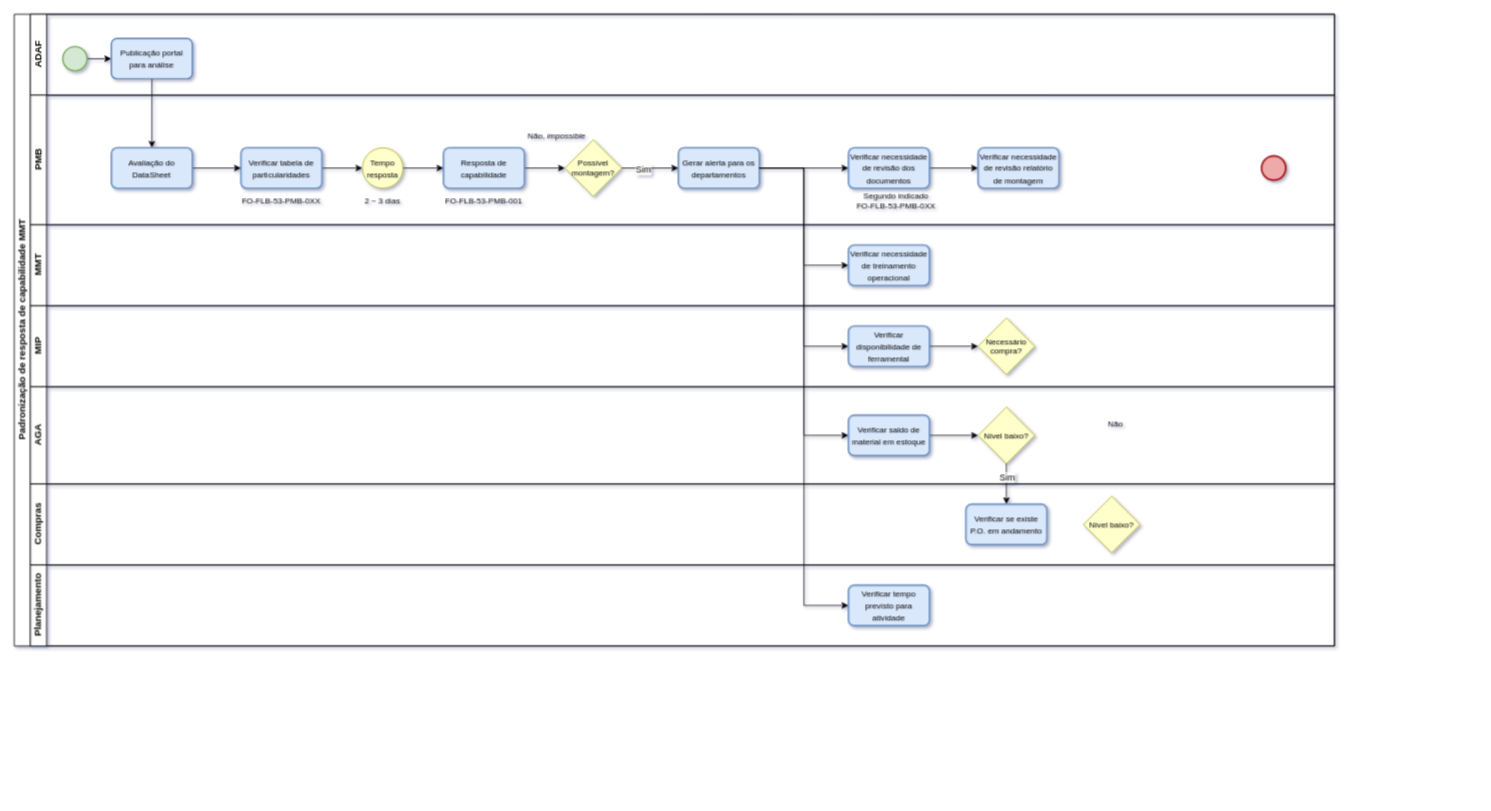
Before: Untitled Diagram.drawio in Willian-BC/Draw, a draw.io diagram. Source tidied: cells renumbered, new cells numbered last; positions are measured from the earlier drawing's top-left corner, leaving out a move shared by most shapes. Both pictures are drawn from the tidied source at 81%, with x=0, y=0 at pixel (14, 14).
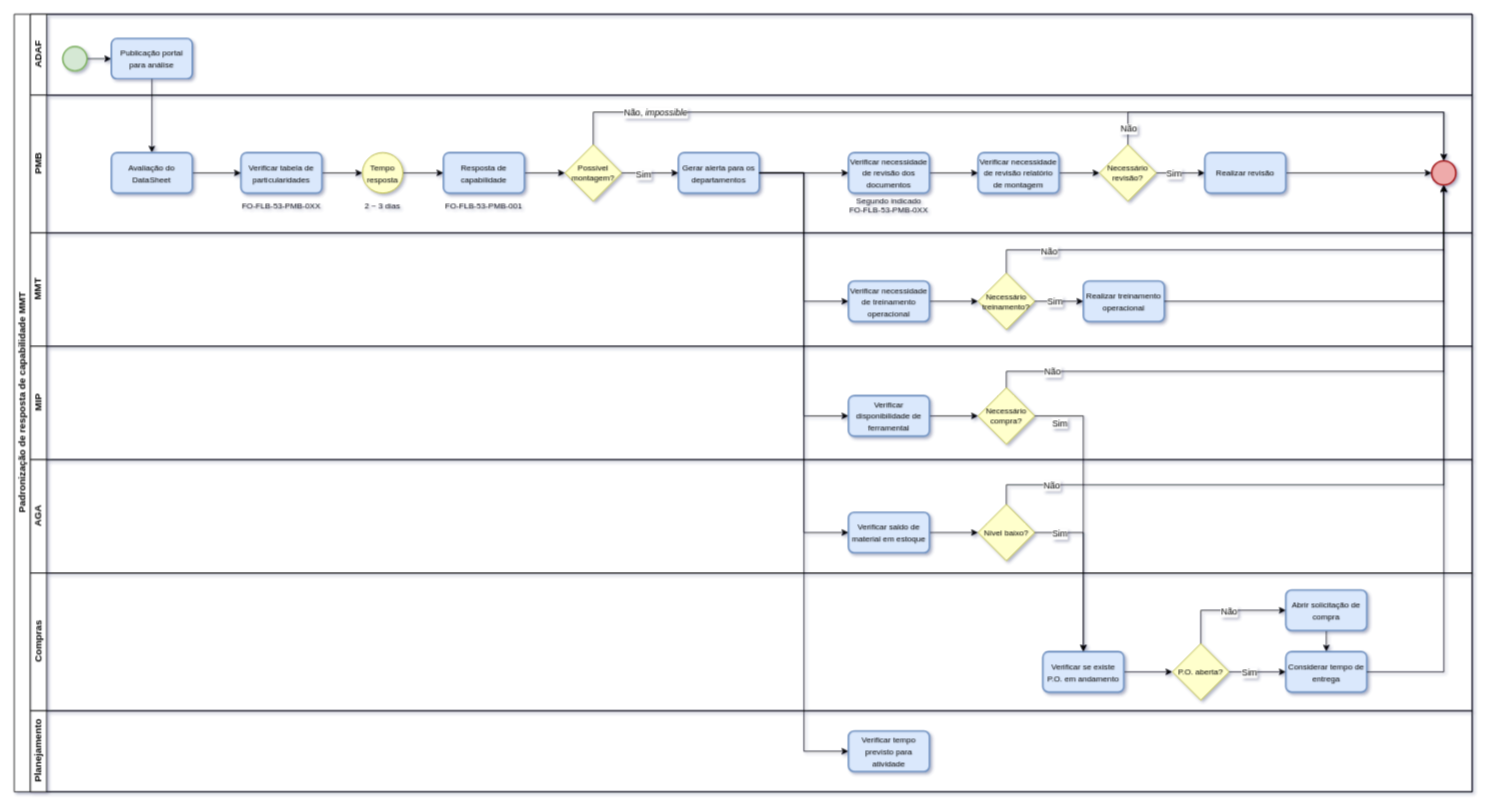
The same diagram, later.

What changed in the source:
```diff
@@
     <mxCell id="2" value="&lt;font style=&quot;font-size: 12px;&quot;&gt;Padronização de resposta de capabilidade MMT&lt;/font&gt;" style="swimlane;horizontal=0;startSize=20;html=1;rounded=0;fontSize=10;" parent="1" vertex="1">
-      <mxGeometry width="1630" height="780" as="geometry" />
+      <mxGeometry width="1800" height="960" as="geometry" />
     </mxCell>
     <mxCell id="3" value="ADAF" style="swimlane;startSize=20;horizontal=0;html=1;rounded=0;" parent="2" vertex="1">
-      <mxGeometry x="20" width="1610" height="100" as="geometry" />
+      <mxGeometry x="20" width="1780" height="100" as="geometry" />
     </mxCell>
@@
     <mxCell id="8" value="PMB" style="swimlane;startSize=20;horizontal=0;html=1;rounded=0;" parent="2" vertex="1">
-      <mxGeometry x="20" y="100" width="1610" height="160" as="geometry" />
+      <mxGeometry x="20" y="100" width="1780" height="170" as="geometry" />
     </mxCell>
@@
+    <mxCell id="53" style="edgeStyle=orthogonalEdgeStyle;rounded=0;jettySize=auto;html=1;exitX=0.5;exitY=0;exitDx=0;exitDy=0;entryX=0.5;entryY=0;entryDx=0;entryDy=0;entryPerimeter=0;fontFamily=Helvetica;fontSize=11;fontColor=#000000;" parent="8" edge="1" source="10" target="11">
+      <mxGeometry relative="1" as="geometry">
+        <Array as="points">
+          <mxPoint x="695" y="21" />
+          <mxPoint x="1745" y="21" />
+        </Array>
+      </mxGeometry>
+    </mxCell>
+    <mxCell id="12" value="Não, &lt;i&gt;impossible&lt;/i&gt;" style="edgeLabel;html=1;align=center;verticalAlign=middle;fontSize=11;fontFamily=Helvetica;fontColor=#000000;" parent="53" vertex="1">
+      <mxGeometry x="-0.75" relative="1" as="geometry">
+        <mxPoint x="-28" as="offset" />
+      </mxGeometry>
+    </mxCell>
     <mxCell id="10" value="Possível montagem?" style="rhombus;whiteSpace=wrap;html=1;strokeColor=#a6a61d;fontSize=10;fillColor=#ffffcc;" parent="8" vertex="1">
-      <mxGeometry x="660" y="55" width="70" height="70" as="geometry" />
+      <mxGeometry x="660" y="61" width="70" height="70" as="geometry" />
     </mxCell>
     <mxCell id="11" style="strokeWidth=2;html=1;shape=mxgraph.flowchart.start_2;whiteSpace=wrap;fillColor=#eeaaaa;strokeColor=#9f0d0d;" parent="8" vertex="1">
-      <mxGeometry x="1520" y="75" width="30" height="30" as="geometry" />
+      <mxGeometry x="1730" y="81" width="30" height="30" as="geometry" />
     </mxCell>
-    <mxCell id="12" value="Não, &lt;i&gt;impossible&lt;/i&gt;" style="text;html=1;strokeColor=none;fillColor=none;align=center;verticalAlign=middle;whiteSpace=wrap;rounded=0;fontSize=10;" parent="8" vertex="1">
-      <mxGeometry x="610" y="35" width="80" height="30" as="geometry" />
-    </mxCell>
@@
     <mxCell id="14" value="&lt;font style=&quot;font-size: 10px;&quot;&gt;Verificar tabela de particularidades&lt;/font&gt;" style="rounded=1;whiteSpace=wrap;html=1;absoluteArcSize=1;arcSize=14;strokeWidth=2;fillColor=#dae8fc;strokeColor=#6c8ebf;" parent="8" vertex="1">
-      <mxGeometry x="260" y="65" width="100" height="50" as="geometry" />
+      <mxGeometry x="260" y="71" width="100" height="50" as="geometry" />
     </mxCell>
@@
     <mxCell id="16" value="&lt;span style=&quot;font-size: 10px;&quot;&gt;Avaliação do DataSheet&lt;/span&gt;" style="rounded=1;whiteSpace=wrap;html=1;absoluteArcSize=1;arcSize=14;strokeWidth=2;fillColor=#dae8fc;strokeColor=#6c8ebf;" parent="8" vertex="1">
-      <mxGeometry x="100" y="65" width="100" height="50" as="geometry" />
+      <mxGeometry x="100" y="71" width="100" height="50" as="geometry" />
     </mxCell>
@@
     <mxCell id="18" value="&lt;font style=&quot;font-size: 10px;&quot;&gt;Tempo resposta&lt;/font&gt;" style="ellipse;whiteSpace=wrap;html=1;fillColor=#ffffcc;strokeColor=#a6a61d;" parent="8" vertex="1">
-      <mxGeometry x="410" y="65" width="50" height="50" as="geometry" />
+      <mxGeometry x="410" y="71" width="50" height="50" as="geometry" />
     </mxCell>
@@
     <mxCell id="20" value="&lt;font style=&quot;font-size: 10px;&quot;&gt;Resposta de capabilidade&lt;/font&gt;" style="rounded=1;whiteSpace=wrap;html=1;absoluteArcSize=1;arcSize=14;strokeWidth=2;fillColor=#dae8fc;strokeColor=#6c8ebf;" parent="8" vertex="1">
-      <mxGeometry x="510" y="65" width="100" height="50" as="geometry" />
+      <mxGeometry x="510" y="71" width="100" height="50" as="geometry" />
     </mxCell>
     <mxCell id="21" value="FO-FLB-53-PMB-0XX" style="text;html=1;strokeColor=none;fillColor=none;align=center;verticalAlign=middle;whiteSpace=wrap;rounded=0;fontSize=10;" parent="8" vertex="1">
-      <mxGeometry x="260" y="115" width="100" height="30" as="geometry" />
+      <mxGeometry x="260" y="121" width="100" height="30" as="geometry" />
     </mxCell>
     <mxCell id="22" value="2 ~ 3 dias" style="text;html=1;strokeColor=none;fillColor=none;align=center;verticalAlign=middle;whiteSpace=wrap;rounded=0;fontSize=10;" parent="8" vertex="1">
-      <mxGeometry x="405" y="115" width="60" height="30" as="geometry" />
+      <mxGeometry x="405" y="121" width="60" height="30" as="geometry" />
     </mxCell>
     <mxCell id="23" value="FO-FLB-53-PMB-001" style="text;html=1;strokeColor=none;fillColor=none;align=center;verticalAlign=middle;whiteSpace=wrap;rounded=0;fontSize=10;" parent="8" vertex="1">
-      <mxGeometry x="510" y="115" width="100" height="30" as="geometry" />
+      <mxGeometry x="510" y="121" width="100" height="30" as="geometry" />
     </mxCell>
     <mxCell id="24" value="Segundo indicado FO-FLB-53-PMB-0XX" style="text;html=1;strokeColor=none;fillColor=none;align=center;verticalAlign=middle;whiteSpace=wrap;rounded=0;fontSize=10;" parent="8" vertex="1">
-      <mxGeometry x="1019" y="115" width="100" height="30" as="geometry" />
+      <mxGeometry x="1010" y="121" width="100" height="30" as="geometry" />
     </mxCell>
     <mxCell id="25" value="&lt;span style=&quot;font-size: 10px;&quot;&gt;Verificar necessidade de revisão dos documentos&lt;/span&gt;" style="rounded=1;whiteSpace=wrap;html=1;absoluteArcSize=1;arcSize=14;strokeWidth=2;fillColor=#dae8fc;strokeColor=#6c8ebf;" parent="8" vertex="1">
-      <mxGeometry x="1010" y="65" width="100" height="50" as="geometry" />
+      <mxGeometry x="1010" y="71" width="100" height="50" as="geometry" />
     </mxCell>
+    <mxCell id="54" style="edgeStyle=orthogonalEdgeStyle;rounded=0;jettySize=auto;html=1;exitX=1;exitY=0.5;exitDx=0;exitDy=0;entryX=0;entryY=0.5;entryDx=0;entryDy=0;fontFamily=Helvetica;fontSize=11;fontColor=#000000;" parent="8" edge="1" source="26" target="59">
+      <mxGeometry relative="1" as="geometry" />
+    </mxCell>
     <mxCell id="26" value="&lt;span style=&quot;font-size: 10px;&quot;&gt;Verificar necessidade de revisão relatório de montagem&lt;/span&gt;" style="rounded=1;whiteSpace=wrap;html=1;absoluteArcSize=1;arcSize=14;strokeWidth=2;fillColor=#dae8fc;strokeColor=#6c8ebf;" parent="8" vertex="1">
-      <mxGeometry x="1170" y="65" width="100" height="50" as="geometry" />
+      <mxGeometry x="1170" y="71" width="100" height="50" as="geometry" />
     </mxCell>
     <mxCell id="27" value="&lt;span style=&quot;font-size: 10px;&quot;&gt;Gerar alerta para os departamentos&lt;/span&gt;" style="rounded=1;whiteSpace=wrap;html=1;absoluteArcSize=1;arcSize=14;strokeWidth=2;fillColor=#dae8fc;strokeColor=#6c8ebf;" parent="8" vertex="1">
-      <mxGeometry x="800" y="65" width="100" height="50" as="geometry" />
+      <mxGeometry x="800" y="71" width="100" height="50" as="geometry" />
     </mxCell>
@@
+    <mxCell id="55" style="edgeStyle=orthogonalEdgeStyle;rounded=0;jettySize=auto;html=1;exitX=1;exitY=0.5;exitDx=0;exitDy=0;entryX=0;entryY=0.5;entryDx=0;entryDy=0;fontFamily=Helvetica;fontSize=11;fontColor=#000000;" parent="8" edge="1" source="59" target="61">
+      <mxGeometry relative="1" as="geometry" />
+    </mxCell>
+    <mxCell id="56" value="Sim" style="edgeLabel;html=1;align=center;verticalAlign=middle;fontSize=11;fontFamily=Helvetica;fontColor=#000000;" parent="55" vertex="1">
+      <mxGeometry x="-0.29" relative="1" as="geometry" />
+    </mxCell>
+    <mxCell id="57" style="edgeStyle=orthogonalEdgeStyle;rounded=0;jettySize=auto;html=1;exitX=0.5;exitY=0;exitDx=0;exitDy=0;entryX=0.5;entryY=0;entryDx=0;entryDy=0;entryPerimeter=0;fontFamily=Helvetica;fontSize=11;fontColor=#000000;" parent="8" edge="1" source="59" target="11">
+      <mxGeometry relative="1" as="geometry">
+        <Array as="points">
+          <mxPoint x="1355" y="21" />
+          <mxPoint x="1745" y="21" />
+        </Array>
+      </mxGeometry>
+    </mxCell>
+    <mxCell id="58" value="Não" style="edgeLabel;html=1;align=center;verticalAlign=middle;fontSize=11;fontFamily=Helvetica;fontColor=#000000;" parent="57" vertex="1">
+      <mxGeometry x="-0.48" y="1" relative="1" as="geometry">
+        <mxPoint x="-87" y="21" as="offset" />
+      </mxGeometry>
+    </mxCell>
+    <mxCell id="59" value="Necessário revisão?" style="rhombus;whiteSpace=wrap;html=1;strokeColor=#a6a61d;fontSize=10;fillColor=#ffffcc;" parent="8" vertex="1">
+      <mxGeometry x="1320" y="61" width="70" height="70" as="geometry" />
+    </mxCell>
+    <mxCell id="60" style="edgeStyle=orthogonalEdgeStyle;rounded=0;jettySize=auto;html=1;exitX=1;exitY=0.5;exitDx=0;exitDy=0;entryX=0;entryY=0.5;entryDx=0;entryDy=0;entryPerimeter=0;fontFamily=Helvetica;fontSize=11;fontColor=#000000;" parent="8" edge="1" source="61" target="11">
+      <mxGeometry relative="1" as="geometry" />
+    </mxCell>
+    <mxCell id="61" value="&lt;span style=&quot;font-size: 10px;&quot;&gt;Realizar revisão&lt;/span&gt;" style="rounded=1;whiteSpace=wrap;html=1;absoluteArcSize=1;arcSize=14;strokeWidth=2;fillColor=#dae8fc;strokeColor=#6c8ebf;" parent="8" vertex="1">
+      <mxGeometry x="1450" y="71" width="100" height="50" as="geometry" />
+    </mxCell>
     <mxCell id="31" value="MMT" style="swimlane;startSize=20;horizontal=0;html=1;rounded=0;" parent="2" vertex="1">
-      <mxGeometry x="20" y="260" width="1610" height="100" as="geometry" />
+      <mxGeometry x="20" y="270" width="1780" height="140" as="geometry" />
     </mxCell>
+    <mxCell id="62" style="edgeStyle=orthogonalEdgeStyle;rounded=0;jettySize=auto;html=1;exitX=1;exitY=0.5;exitDx=0;exitDy=0;entryX=0;entryY=0.5;entryDx=0;entryDy=0;fontFamily=Helvetica;fontSize=11;fontColor=#000000;" parent="31" edge="1" source="32" target="63">
+      <mxGeometry relative="1" as="geometry" />
+    </mxCell>
     <mxCell id="32" value="&lt;span style=&quot;font-size: 10px;&quot;&gt;Verificar necessidade de treinamento operacional&lt;/span&gt;" style="rounded=1;whiteSpace=wrap;html=1;absoluteArcSize=1;arcSize=14;strokeWidth=2;fillColor=#dae8fc;strokeColor=#6c8ebf;" parent="31" vertex="1">
-      <mxGeometry x="1010" y="25" width="100" height="50" as="geometry" />
+      <mxGeometry x="1010" y="59.5" width="100" height="50" as="geometry" />
     </mxCell>
+    <mxCell id="63" value="Necessário treinamento?" style="rhombus;whiteSpace=wrap;html=1;strokeColor=#a6a61d;fontSize=10;fillColor=#ffffcc;" parent="31" vertex="1">
+      <mxGeometry x="1170" y="49.5" width="70" height="70" as="geometry" />
+    </mxCell>
+    <mxCell id="64" value="&lt;span style=&quot;font-size: 10px;&quot;&gt;Realizar treinamento operacional&lt;/span&gt;" style="rounded=1;whiteSpace=wrap;html=1;absoluteArcSize=1;arcSize=14;strokeWidth=2;fillColor=#dae8fc;strokeColor=#6c8ebf;" parent="31" vertex="1">
+      <mxGeometry x="1300" y="59.5" width="100" height="50" as="geometry" />
+    </mxCell>
+    <mxCell id="65" style="edgeStyle=orthogonalEdgeStyle;rounded=0;jettySize=auto;html=1;exitX=1;exitY=0.5;exitDx=0;exitDy=0;entryX=0;entryY=0.5;entryDx=0;entryDy=0;fontSize=10;" parent="31" edge="1" source="63" target="64">
+      <mxGeometry relative="1" as="geometry" />
+    </mxCell>
+    <mxCell id="66" value="Sim" style="edgeLabel;html=1;align=center;verticalAlign=middle;" parent="65" vertex="1">
+      <mxGeometry x="-0.25" y="3" relative="1" as="geometry">
+        <mxPoint x="1" y="3" as="offset" />
+      </mxGeometry>
+    </mxCell>
     <mxCell id="33" value="MIP" style="swimlane;startSize=20;horizontal=0;html=1;rounded=0;" parent="2" vertex="1">
-      <mxGeometry x="20" y="360" width="1610" height="100" as="geometry" />
+      <mxGeometry x="20" y="410" width="1780" height="140" as="geometry" />
     </mxCell>
     <mxCell id="34" value="Necessário compra?" style="rhombus;whiteSpace=wrap;html=1;strokeColor=#a6a61d;fontSize=10;fillColor=#ffffcc;" parent="33" vertex="1">
-      <mxGeometry x="1170" y="15" width="70" height="70" as="geometry" />
+      <mxGeometry x="1170" y="51" width="70" height="70" as="geometry" />
     </mxCell>
@@
     <mxCell id="36" value="&lt;span style=&quot;font-size: 10px;&quot;&gt;Verificar disponibilidade de ferramental&lt;/span&gt;" style="rounded=1;whiteSpace=wrap;html=1;absoluteArcSize=1;arcSize=14;strokeWidth=2;fillColor=#dae8fc;strokeColor=#6c8ebf;" parent="33" vertex="1">
-      <mxGeometry x="1010" y="25" width="100" height="50" as="geometry" />
+      <mxGeometry x="1010" y="61" width="100" height="50" as="geometry" />
     </mxCell>
     <mxCell id="37" value="AGA" style="swimlane;startSize=20;horizontal=0;html=1;rounded=0;" parent="2" vertex="1">
-      <mxGeometry x="20" y="460" width="1610" height="120" as="geometry" />
+      <mxGeometry x="20" y="550" width="1780" height="140" as="geometry" />
     </mxCell>
@@
     <mxCell id="39" value="Nível baixo?" style="rhombus;whiteSpace=wrap;html=1;strokeColor=#a6a61d;fontSize=10;fillColor=#ffffcc;" parent="37" vertex="1">
-      <mxGeometry x="1170" y="25" width="70" height="70" as="geometry" />
+      <mxGeometry x="1170" y="55" width="70" height="70" as="geometry" />
     </mxCell>
-    <mxCell id="40" value="Não" style="text;html=1;strokeColor=none;fillColor=none;align=center;verticalAlign=middle;whiteSpace=wrap;rounded=0;fontSize=10;" parent="37" vertex="1">
-      <mxGeometry x="1310" y="30" width="60" height="30" as="geometry" />
-    </mxCell>
     <mxCell id="41" value="&lt;span style=&quot;font-size: 10px;&quot;&gt;Verificar saldo de material em estoque&lt;/span&gt;" style="rounded=1;whiteSpace=wrap;html=1;absoluteArcSize=1;arcSize=14;strokeWidth=2;fillColor=#dae8fc;strokeColor=#6c8ebf;" parent="37" vertex="1">
-      <mxGeometry x="1010" y="35" width="100" height="50" as="geometry" />
+      <mxGeometry x="1010" y="65" width="100" height="50" as="geometry" />
     </mxCell>
-    <mxCell id="42" style="edgeStyle=orthogonalEdgeStyle;rounded=0;jettySize=auto;html=1;exitX=0.5;exitY=1;exitDx=0;exitDy=0;entryX=0.5;entryY=0;entryDx=0;entryDy=0;fontSize=10;" parent="2" edge="1" source="39" target="46">
-      <mxGeometry relative="1" as="geometry" />
-    </mxCell>
-    <mxCell id="43" value="Sim" style="edgeLabel;html=1;align=center;verticalAlign=middle;" parent="42" vertex="1">
-      <mxGeometry x="-0.25" y="3" relative="1" as="geometry">
-        <mxPoint x="-3" y="-3" as="offset" />
-      </mxGeometry>
-    </mxCell>
     <mxCell id="44" value="Compras" style="swimlane;startSize=20;horizontal=0;html=1;rounded=0;" parent="2" vertex="1">
-      <mxGeometry x="20" y="580" width="1610" height="100" as="geometry" />
+      <mxGeometry x="20" y="690" width="1780" height="170" as="geometry" />
     </mxCell>
-    <mxCell id="45" value="Nível baixo?" style="rhombus;whiteSpace=wrap;html=1;strokeColor=#a6a61d;fontSize=10;fillColor=#ffffcc;" parent="44" vertex="1">
-      <mxGeometry x="1300" y="15" width="70" height="70" as="geometry" />
-    </mxCell>
+    <mxCell id="67" style="edgeStyle=orthogonalEdgeStyle;rounded=0;jettySize=auto;html=1;exitX=1;exitY=0.5;exitDx=0;exitDy=0;entryX=0;entryY=0.5;entryDx=0;entryDy=0;fontFamily=Helvetica;fontSize=48;fontColor=#A6A61D;" parent="44" edge="1" source="46" target="70">
+      <mxGeometry relative="1" as="geometry" />
+    </mxCell>
     <mxCell id="46" value="&lt;span style=&quot;font-size: 10px;&quot;&gt;Verificar se existe P.O. em andamento&lt;/span&gt;" style="rounded=1;whiteSpace=wrap;html=1;absoluteArcSize=1;arcSize=14;strokeWidth=2;fillColor=#dae8fc;strokeColor=#6c8ebf;" parent="44" vertex="1">
-      <mxGeometry x="1155" y="25" width="100" height="50" as="geometry" />
+      <mxGeometry x="1250" y="97" width="100" height="50" as="geometry" />
     </mxCell>
+    <mxCell id="68" style="edgeStyle=orthogonalEdgeStyle;rounded=0;jettySize=auto;html=1;exitX=0.5;exitY=0;exitDx=0;exitDy=0;entryX=0;entryY=0.5;entryDx=0;entryDy=0;fontFamily=Helvetica;fontSize=11;fontColor=#000000;" parent="44" edge="1" source="70" target="74">
+      <mxGeometry relative="1" as="geometry" />
+    </mxCell>
+    <mxCell id="69" value="Não" style="edgeLabel;html=1;align=center;verticalAlign=middle;fontSize=11;fontFamily=Helvetica;fontColor=#000000;" parent="68" vertex="1">
+      <mxGeometry x="0.03" y="-1" relative="1" as="geometry" />
+    </mxCell>
+    <mxCell id="70" value="P.O. aberta?" style="rhombus;whiteSpace=wrap;html=1;strokeColor=#a6a61d;fontSize=10;fillColor=#ffffcc;" parent="44" vertex="1">
+      <mxGeometry x="1410" y="87" width="70" height="70" as="geometry" />
+    </mxCell>
+    <mxCell id="71" style="edgeStyle=orthogonalEdgeStyle;rounded=0;jettySize=auto;html=1;exitX=1;exitY=0.5;exitDx=0;exitDy=0;entryX=0;entryY=0.5;entryDx=0;entryDy=0;fontSize=10;" parent="44" edge="1" source="70" target="75">
+      <mxGeometry relative="1" as="geometry" />
+    </mxCell>
+    <mxCell id="72" value="Sim" style="edgeLabel;html=1;align=center;verticalAlign=middle;" parent="71" vertex="1">
+      <mxGeometry x="-0.25" y="3" relative="1" as="geometry">
+        <mxPoint x="-2" y="3" as="offset" />
+      </mxGeometry>
+    </mxCell>
+    <mxCell id="73" style="edgeStyle=orthogonalEdgeStyle;rounded=0;jettySize=auto;html=1;exitX=0.5;exitY=1;exitDx=0;exitDy=0;entryX=0.5;entryY=0;entryDx=0;entryDy=0;fontFamily=Helvetica;fontSize=11;fontColor=#000000;" parent="44" edge="1" source="74" target="75">
+      <mxGeometry relative="1" as="geometry" />
+    </mxCell>
+    <mxCell id="74" value="&lt;span style=&quot;font-size: 10px;&quot;&gt;Abrir solicitação de compra&lt;/span&gt;" style="rounded=1;whiteSpace=wrap;html=1;absoluteArcSize=1;arcSize=14;strokeWidth=2;fillColor=#dae8fc;strokeColor=#6c8ebf;" parent="44" vertex="1">
+      <mxGeometry x="1550" y="21" width="100" height="50" as="geometry" />
+    </mxCell>
+    <mxCell id="75" value="&lt;span style=&quot;font-size: 10px;&quot;&gt;Considerar tempo de entrega&lt;/span&gt;" style="rounded=1;whiteSpace=wrap;html=1;absoluteArcSize=1;arcSize=14;strokeWidth=2;fillColor=#dae8fc;strokeColor=#6c8ebf;" parent="44" vertex="1">
+      <mxGeometry x="1550" y="97" width="100" height="50" as="geometry" />
+    </mxCell>
     <mxCell id="47" value="Planejamento" style="swimlane;startSize=20;horizontal=0;html=1;rounded=0;" parent="2" vertex="1">
-      <mxGeometry x="20" y="680" width="1610" height="100" as="geometry" />
+      <mxGeometry x="20" y="860" width="1780" height="100" as="geometry" />
     </mxCell>
@@
+    <mxCell id="42" style="edgeStyle=orthogonalEdgeStyle;rounded=0;jettySize=auto;html=1;exitX=1;exitY=0.5;exitDx=0;exitDy=0;entryX=0.5;entryY=0;entryDx=0;entryDy=0;fontSize=10;" parent="2" edge="1" source="39" target="46">
+      <mxGeometry relative="1" as="geometry" />
+    </mxCell>
+    <mxCell id="43" value="Sim" style="edgeLabel;html=1;align=center;verticalAlign=middle;" parent="42" vertex="1">
+      <mxGeometry x="-0.25" y="3" relative="1" as="geometry">
+        <mxPoint x="-33" y="-17" as="offset" />
+      </mxGeometry>
+    </mxCell>
+    <mxCell id="76" style="edgeStyle=orthogonalEdgeStyle;rounded=0;jettySize=auto;html=1;exitX=1;exitY=0.5;exitDx=0;exitDy=0;entryX=0.5;entryY=0;entryDx=0;entryDy=0;fontSize=10;" parent="2" edge="1" source="34" target="46">
+      <mxGeometry relative="1" as="geometry" />
+    </mxCell>
+    <mxCell id="77" value="Sim" style="edgeLabel;html=1;align=center;verticalAlign=middle;" parent="76" vertex="1">
+      <mxGeometry x="-0.25" y="3" relative="1" as="geometry">
+        <mxPoint x="-33" y="-64" as="offset" />
+      </mxGeometry>
+    </mxCell>
+    <mxCell id="78" style="edgeStyle=orthogonalEdgeStyle;rounded=0;jettySize=auto;html=1;exitX=1;exitY=0.5;exitDx=0;exitDy=0;entryX=0.5;entryY=1;entryDx=0;entryDy=0;entryPerimeter=0;fontFamily=Helvetica;fontSize=11;fontColor=#000000;" parent="2" edge="1" source="75" target="11">
+      <mxGeometry relative="1" as="geometry" />
+    </mxCell>
+    <mxCell id="79" style="edgeStyle=orthogonalEdgeStyle;rounded=0;jettySize=auto;html=1;exitX=0.5;exitY=0;exitDx=0;exitDy=0;entryX=0.5;entryY=1;entryDx=0;entryDy=0;entryPerimeter=0;fontFamily=Helvetica;fontSize=11;fontColor=#000000;" parent="2" edge="1" source="34" target="11">
+      <mxGeometry relative="1" as="geometry">
+        <Array as="points">
+          <mxPoint x="1225" y="441" />
+          <mxPoint x="1765" y="441" />
+        </Array>
+      </mxGeometry>
+    </mxCell>
+    <mxCell id="80" value="Não" style="edgeLabel;html=1;align=center;verticalAlign=middle;fontSize=11;fontFamily=Helvetica;fontColor=#000000;" parent="79" vertex="1">
+      <mxGeometry x="-0.6" y="-3" relative="1" as="geometry">
+        <mxPoint x="-82" y="-3" as="offset" />
+      </mxGeometry>
+    </mxCell>
+    <mxCell id="81" style="edgeStyle=orthogonalEdgeStyle;rounded=0;jettySize=auto;html=1;exitX=0.5;exitY=0;exitDx=0;exitDy=0;entryX=0.5;entryY=1;entryDx=0;entryDy=0;entryPerimeter=0;fontFamily=Helvetica;fontSize=11;fontColor=#000000;" parent="2" edge="1" source="63" target="11">
+      <mxGeometry relative="1" as="geometry">
+        <Array as="points">
+          <mxPoint x="1225" y="291" />
+          <mxPoint x="1765" y="291" />
+        </Array>
+      </mxGeometry>
+    </mxCell>
+    <mxCell id="82" value="Não" style="edgeLabel;html=1;align=center;verticalAlign=middle;fontSize=11;fontFamily=Helvetica;fontColor=#000000;" parent="81" vertex="1">
+      <mxGeometry x="-0.23" y="-1" relative="1" as="geometry">
+        <mxPoint x="-169" as="offset" />
+      </mxGeometry>
+    </mxCell>
+    <mxCell id="83" style="edgeStyle=orthogonalEdgeStyle;rounded=0;jettySize=auto;html=1;exitX=1;exitY=0.5;exitDx=0;exitDy=0;entryX=0.5;entryY=1;entryDx=0;entryDy=0;entryPerimeter=0;fontFamily=Helvetica;fontSize=11;fontColor=#000000;" parent="2" edge="1" source="64" target="11">
+      <mxGeometry relative="1" as="geometry" />
+    </mxCell>
+    <mxCell id="84" style="edgeStyle=orthogonalEdgeStyle;rounded=0;jettySize=auto;html=1;exitX=0.5;exitY=0;exitDx=0;exitDy=0;entryX=0.5;entryY=1;entryDx=0;entryDy=0;entryPerimeter=0;fontFamily=Helvetica;fontSize=11;fontColor=#000000;" parent="2" edge="1" source="39" target="11">
+      <mxGeometry relative="1" as="geometry">
+        <Array as="points">
+          <mxPoint x="1225" y="581" />
+          <mxPoint x="1765" y="581" />
+        </Array>
+      </mxGeometry>
+    </mxCell>
+    <mxCell id="85" value="Não" style="edgeLabel;html=1;align=center;verticalAlign=middle;fontSize=11;fontFamily=Helvetica;fontColor=#000000;" parent="84" vertex="1">
+      <mxGeometry x="-0.52" y="-2" relative="1" as="geometry">
+        <mxPoint x="-145" y="-2" as="offset" />
+      </mxGeometry>
+    </mxCell>
```
